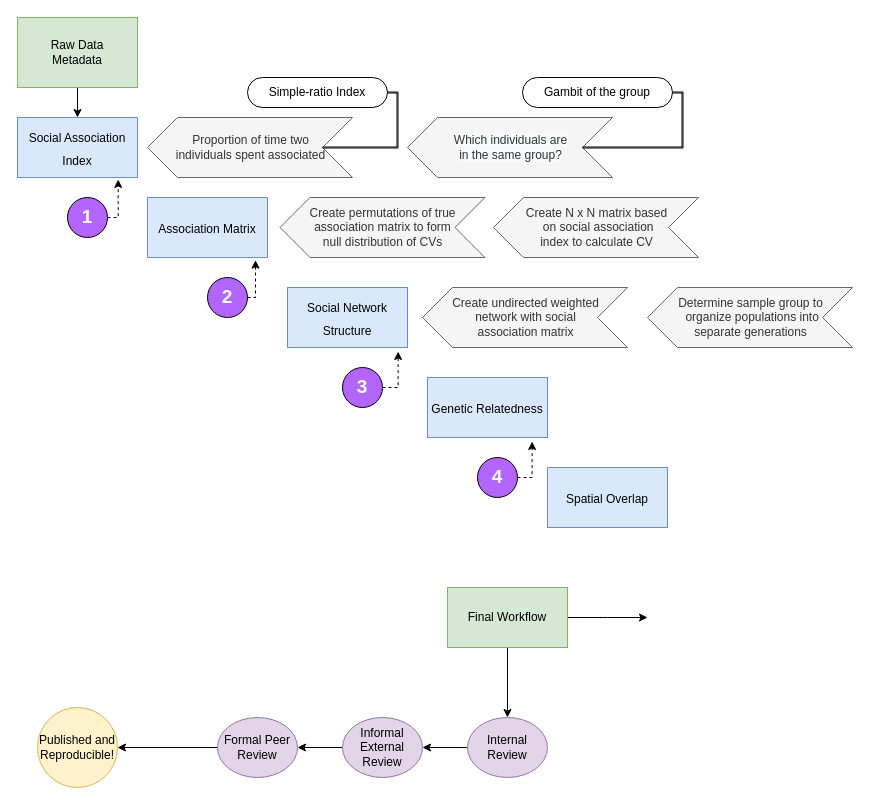
bankheak/Dolphins keeps this draw.io diagram as WorkFlowDiagram/WorkFlowDiagram.drawio. Above is the earlier version. Source tidied: cells renumbered, new cells numbered last; positions are measured from the earlier drawing's top-left corner, leaving out a move shared by most shapes. Both pictures are drawn from the tidied source at 100%, with x=0, y=0 at pixel (17, 17).
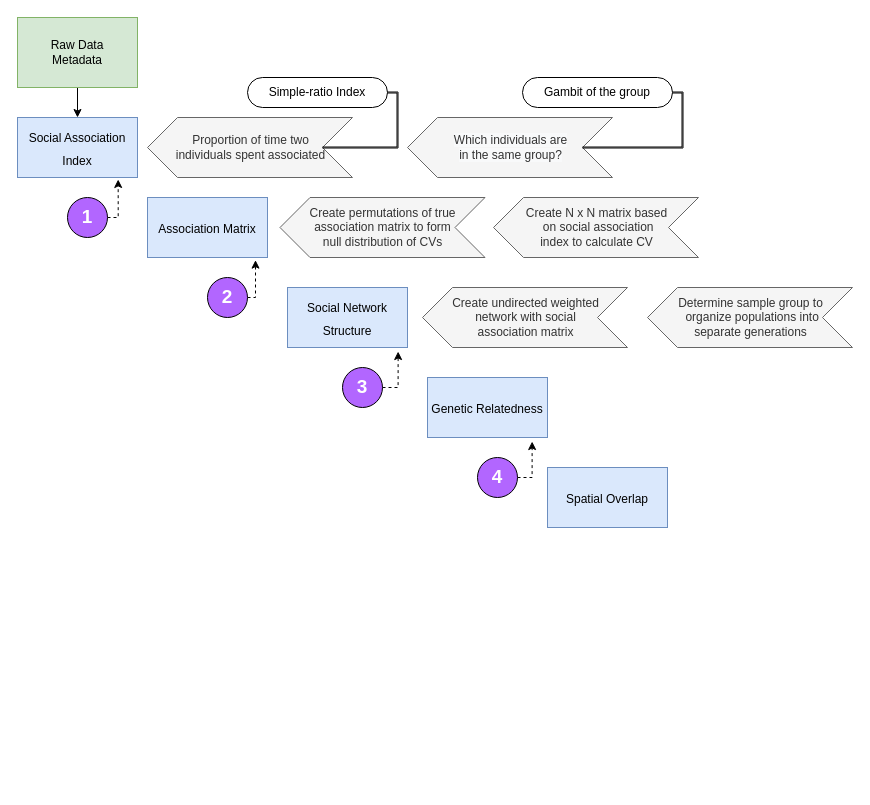
The same diagram, later.

Diff of the diagram source:
```diff
@@
-    <mxCell id="4" style="edgeStyle=orthogonalEdgeStyle;rounded=0;jettySize=auto;html=1;" parent="1" edge="1" source="6">
-      <mxGeometry relative="1" as="geometry">
-        <mxPoint x="630" y="600" as="targetPoint" />
-      </mxGeometry>
-    </mxCell>
-    <mxCell id="5" style="edgeStyle=orthogonalEdgeStyle;rounded=0;jettySize=auto;html=1;exitX=0.5;exitY=1;exitDx=0;exitDy=0;fontSize=12;fontColor=#FFFFFF;" parent="1" edge="1" source="6" target="8">
-      <mxGeometry relative="1" as="geometry" />
+    <mxCell id="5" style="edgeStyle=orthogonalEdgeStyle;rounded=0;orthogonalLoop=1;jettySize=auto;html=1;exitX=0.5;exitY=1;exitDx=0;exitDy=0;fontSize=12;fontColor=#FFFFFF;" parent="1" edge="1">
+      <mxGeometry relative="1" as="geometry">
+        <mxPoint x="490" y="630" as="sourcePoint" />
+      </mxGeometry>
     </mxCell>
-    <mxCell id="6" value="Final Workflow" style="rounded=0;whiteSpace=wrap;html=1;strokeColor=#82b366;fillColor=#d5e8d4;" parent="1" vertex="1">
-      <mxGeometry x="430" y="570" width="120" height="60" as="geometry" />
-    </mxCell>
-    <mxCell id="7" style="edgeStyle=orthogonalEdgeStyle;rounded=0;jettySize=auto;html=1;fontSize=12;fontColor=#FFFFFF;" parent="1" edge="1" source="8" target="10">
-      <mxGeometry relative="1" as="geometry" />
+    <mxCell id="7" style="edgeStyle=orthogonalEdgeStyle;rounded=0;orthogonalLoop=1;jettySize=auto;html=1;fontSize=12;fontColor=#FFFFFF;" parent="1" edge="1">
+      <mxGeometry relative="1" as="geometry">
+        <mxPoint x="450" y="730" as="sourcePoint" />
+      </mxGeometry>
     </mxCell>
-    <mxCell id="8" value="Internal Review" style="ellipse;whiteSpace=wrap;html=1;strokeColor=#9673a6;fillColor=#e1d5e7;" parent="1" vertex="1">
-      <mxGeometry x="450" y="700" width="80" height="60" as="geometry" />
-    </mxCell>
-    <mxCell id="9" style="edgeStyle=orthogonalEdgeStyle;rounded=0;jettySize=auto;html=1;fontSize=12;fontColor=#FFFFFF;" parent="1" edge="1" source="10" target="12">
-      <mxGeometry relative="1" as="geometry" />
+    <mxCell id="9" style="edgeStyle=orthogonalEdgeStyle;rounded=0;orthogonalLoop=1;jettySize=auto;html=1;fontSize=12;fontColor=#FFFFFF;" parent="1" edge="1">
+      <mxGeometry relative="1" as="geometry">
+        <mxPoint x="325" y="730" as="sourcePoint" />
+      </mxGeometry>
     </mxCell>
-    <mxCell id="10" value="Informal External Review" style="ellipse;whiteSpace=wrap;html=1;strokeColor=#9673a6;fillColor=#e1d5e7;" parent="1" vertex="1">
-      <mxGeometry x="325" y="700" width="80" height="60" as="geometry" />
-    </mxCell>
-    <mxCell id="11" style="edgeStyle=orthogonalEdgeStyle;rounded=0;jettySize=auto;html=1;fontSize=12;fontColor=#FFFFFF;" parent="1" edge="1" source="12" target="24">
-      <mxGeometry relative="1" as="geometry" />
+    <mxCell id="11" style="edgeStyle=orthogonalEdgeStyle;rounded=0;orthogonalLoop=1;jettySize=auto;html=1;fontSize=12;fontColor=#FFFFFF;" parent="1" edge="1">
+      <mxGeometry relative="1" as="geometry">
+        <mxPoint x="200" y="730" as="sourcePoint" />
+      </mxGeometry>
     </mxCell>
-    <mxCell id="12" value="Formal Peer Review" style="ellipse;whiteSpace=wrap;html=1;strokeColor=#9673a6;fillColor=#e1d5e7;" parent="1" vertex="1">
-      <mxGeometry x="200" y="700" width="80" height="60" as="geometry" />
-    </mxCell>
@@
-    <mxCell id="24" value="Published and Reproducible!" style="ellipse;whiteSpace=wrap;html=1;strokeColor=#d6b656;fontSize=12;fillColor=#fff2cc;" parent="1" vertex="1">
-      <mxGeometry x="20" y="690" width="80" height="80" as="geometry" />
-    </mxCell>
```
